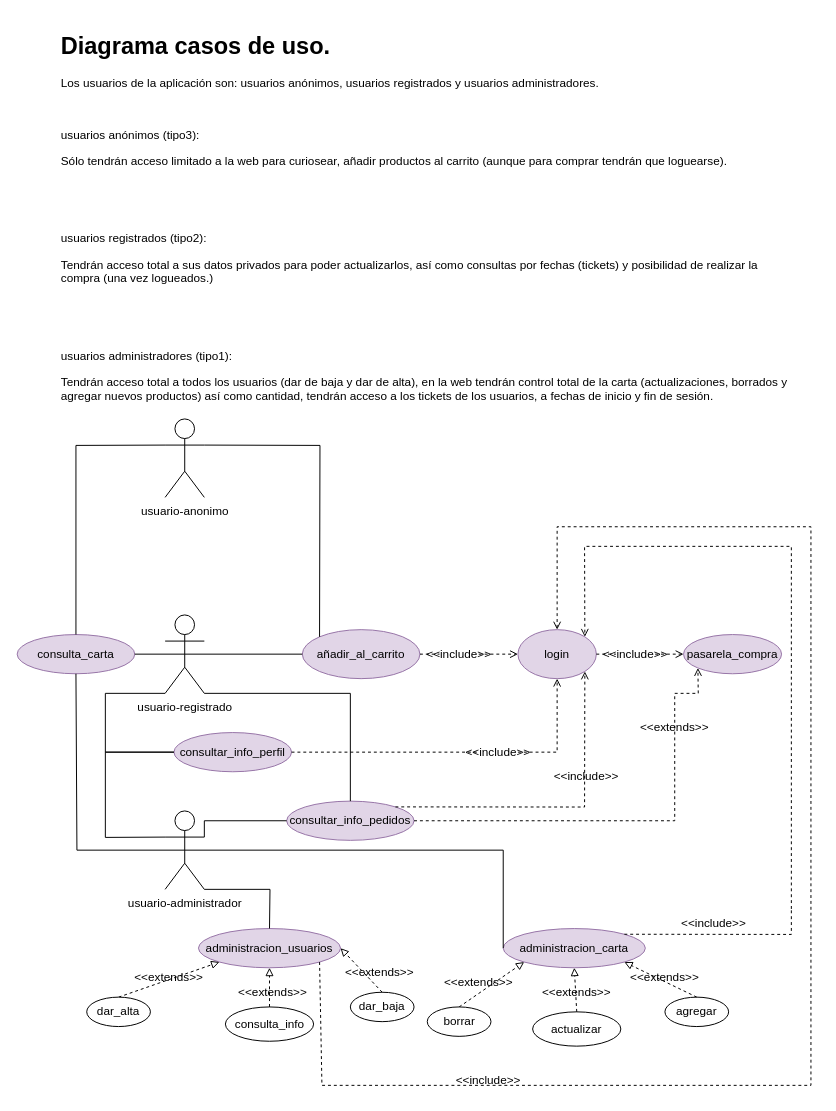
Before: draw.io/diagrama_casos_uso.drawio in TheLexa69/PMM, a draw.io diagram. Source tidied: cells renumbered, new cells numbered last; positions are measured from the earlier drawing's top-left corner, leaving out a move shared by most shapes. Both pictures are drawn from the tidied source at 98%, with x=0, y=0 at pixel (17, 26).
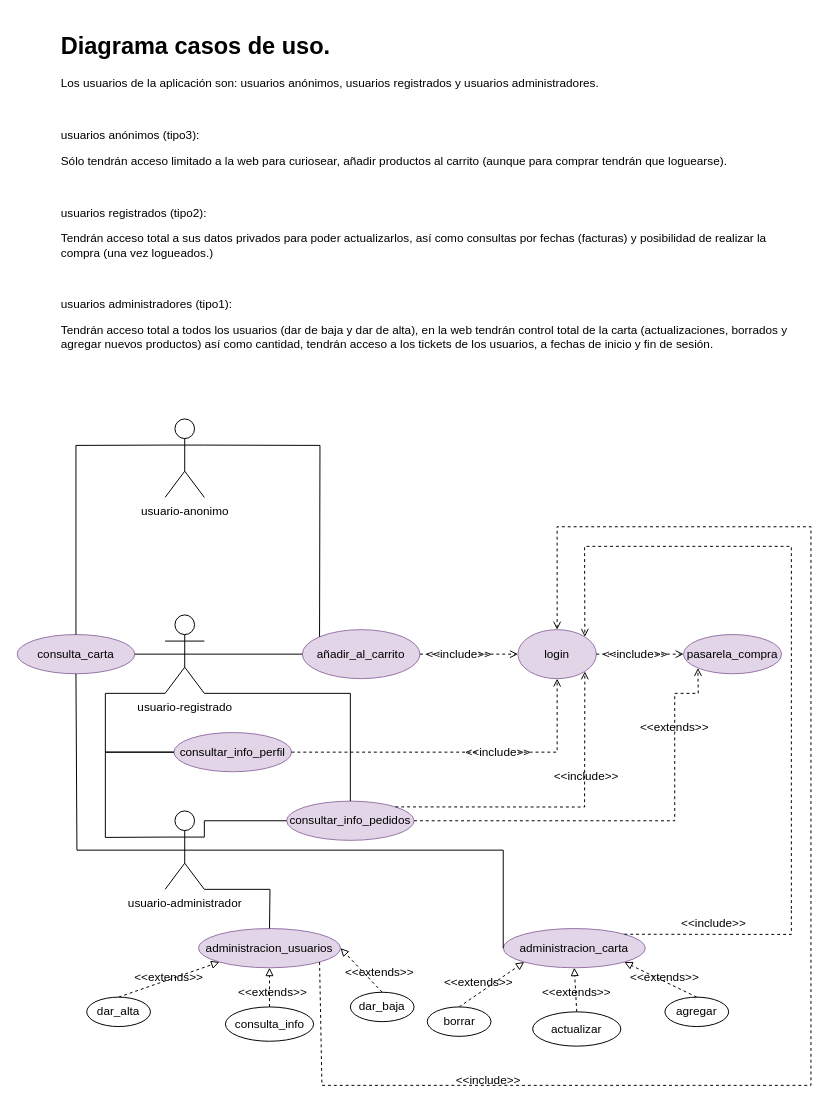
After the change.

Commit message (it also covers changes not shown here):
carta agregada

The edit, as a diff of the source:
```diff
@@
-    <mxCell id="4" value="&lt;h1&gt;Diagrama casos de uso.&lt;/h1&gt;&lt;p&gt;Los usuarios de la aplicación son: usuarios anónimos, usuarios registrados y usuarios administradores.&lt;/p&gt;&lt;p&gt;&lt;br&gt;&lt;/p&gt;&lt;p&gt;usuarios anónimos (tipo3):&lt;/p&gt;&lt;p&gt;&#9;Sólo tendrán acceso limitado a la web para curiosear, añadir productos al carrito (aunque para comprar tendrán que loguearse).&lt;/p&gt;&lt;p&gt;&lt;br&gt;&lt;/p&gt;&lt;p&gt;&lt;br&gt;&lt;/p&gt;&lt;p&gt;usuarios registrados (tipo2):&lt;/p&gt;&lt;p&gt;&lt;span style=&quot;&quot;&gt;&#9;&lt;/span&gt;Tendrán acceso total a sus datos privados para poder actualizarlos, así como consultas por fechas (tickets) y posibilidad de realizar la compra (una vez logueados.)&lt;/p&gt;&lt;p&gt;&lt;br&gt;&lt;/p&gt;&lt;p&gt;&lt;br&gt;&lt;/p&gt;&lt;p&gt;usuarios administradores (tipo1):&lt;/p&gt;&lt;p&gt;&lt;span style=&quot;&quot;&gt;&#9;&lt;/span&gt;Tendrán acceso total a todos los usuarios (dar de baja y dar de alta), en la web tendrán control total de la carta (actualizaciones, borrados y agregar nuevos productos) así como cantidad, tendrán acceso a los tickets de los usuarios, a fechas de inicio y fin de sesión.&lt;/p&gt;" style="text;html=1;strokeColor=none;fillColor=none;spacing=5;spacingTop=-20;whiteSpace=wrap;overflow=hidden;rounded=0;" parent="1" vertex="1">
+    <mxCell id="4" value="&lt;h1&gt;Diagrama casos de uso.&lt;/h1&gt;&lt;p&gt;Los usuarios de la aplicación son: usuarios anónimos, usuarios registrados y usuarios administradores.&lt;/p&gt;&lt;p&gt;&lt;br&gt;&lt;/p&gt;&lt;p&gt;usuarios anónimos (tipo3):&lt;/p&gt;&lt;p&gt;&#9;Sólo tendrán acceso limitado a la web para curiosear, añadir productos al carrito (aunque para comprar tendrán que loguearse).&lt;/p&gt;&lt;p&gt;&lt;br&gt;&lt;/p&gt;&lt;p&gt;usuarios registrados (tipo2):&lt;/p&gt;&lt;p&gt;&lt;span style=&quot;&quot;&gt;&#9;&lt;/span&gt;Tendrán acceso total a sus datos privados para poder actualizarlos, así como consultas por fechas (facturas) y posibilidad de realizar la compra (una vez logueados.)&lt;/p&gt;&lt;p&gt;&lt;br&gt;&lt;/p&gt;&lt;p&gt;usuarios administradores (tipo1):&lt;/p&gt;&lt;p&gt;&lt;span style=&quot;&quot;&gt;&#9;&lt;/span&gt;Tendrán acceso total a todos los usuarios (dar de baja y dar de alta), en la web tendrán control total de la carta (actualizaciones, borrados y agregar nuevos productos) así como cantidad, tendrán acceso a los tickets de los usuarios, a fechas de inicio y fin de sesión.&lt;/p&gt;" style="text;html=1;strokeColor=none;fillColor=none;spacing=5;spacingTop=-20;whiteSpace=wrap;overflow=hidden;rounded=0;" parent="1" vertex="1">
       <mxGeometry x="40" width="750" height="410" as="geometry" />
     </mxCell>
```
